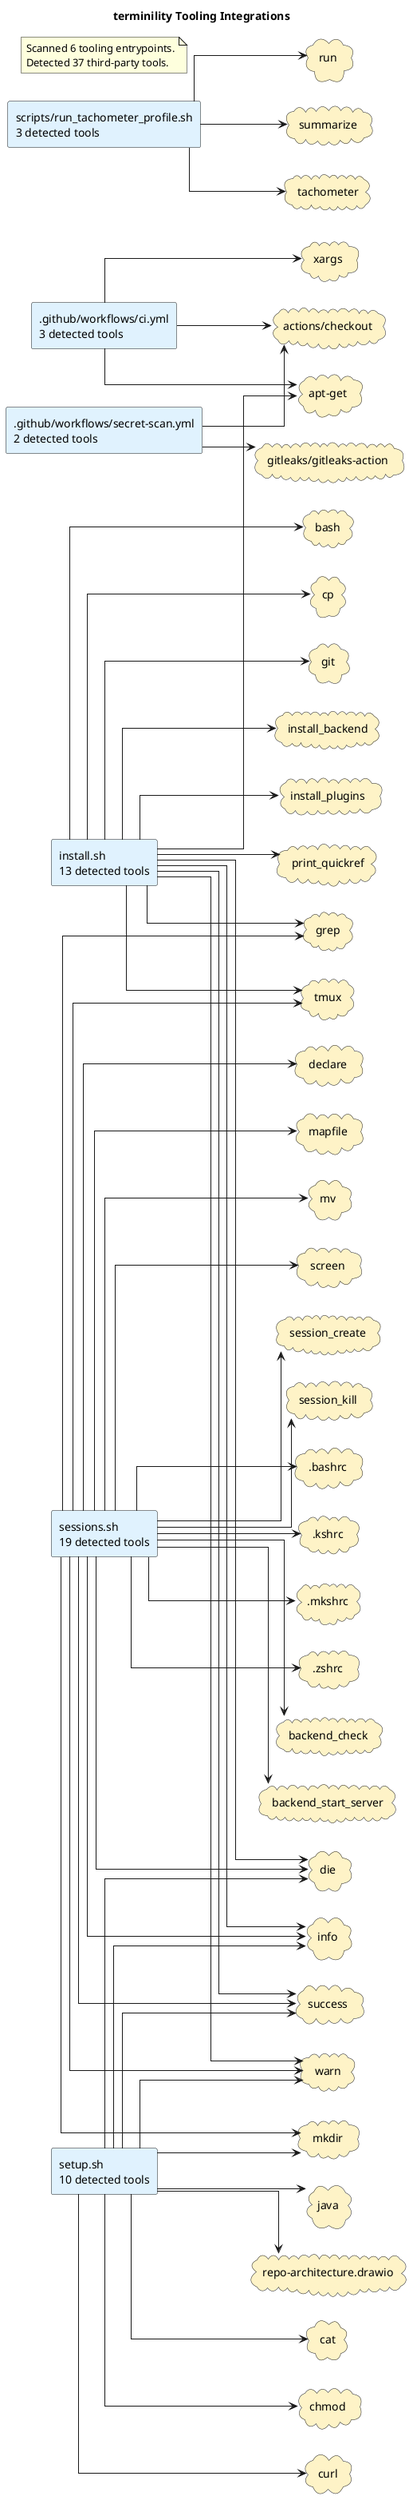
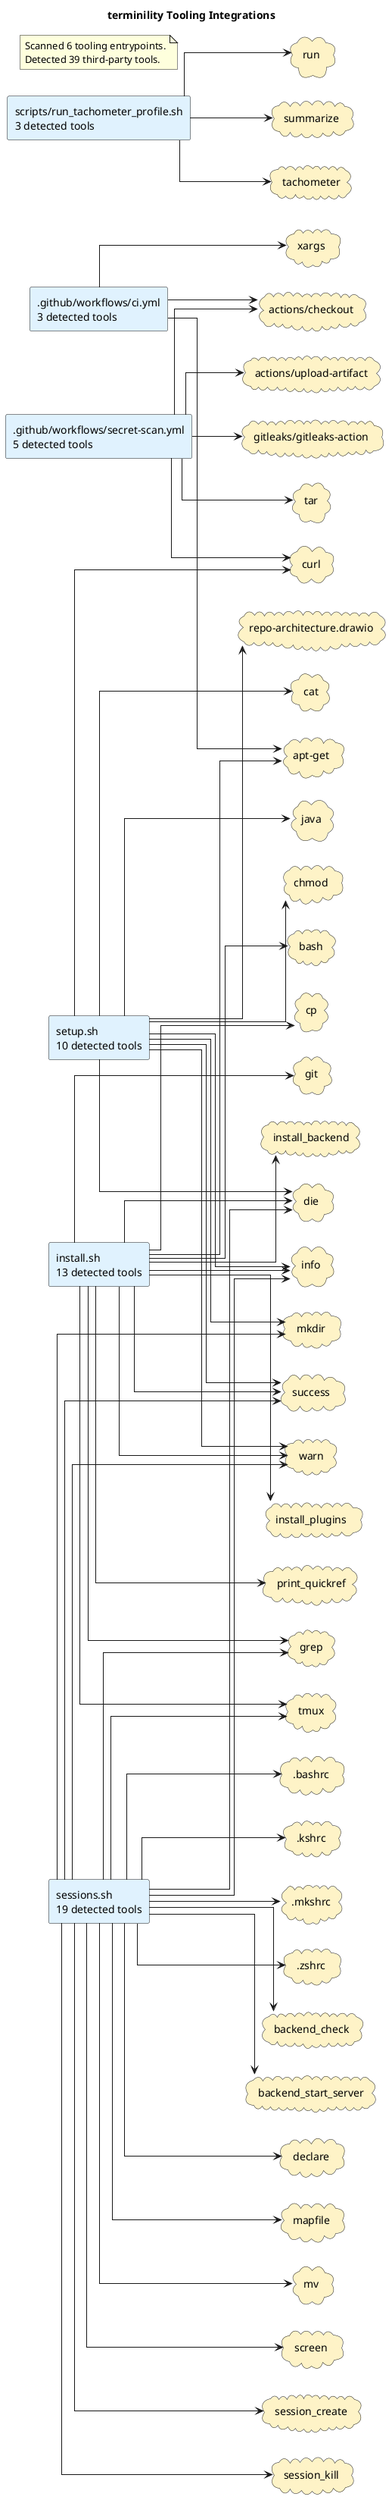
@startuml
title terminility Tooling Integrations
left to right direction
skinparam shadowing false
skinparam defaultFontName Monospace
skinparam componentStyle rectangle
skinparam linetype ortho
rectangle ".github/workflows/ci.yml\n3 detected tools" as source_github_workflows_ci_yml #E0F2FE
- rectangle ".github/workflows/secret-scan.yml\n2 detected tools" as source_github_workflows_secret_scan_yml #E0F2FE
+ rectangle ".github/workflows/secret-scan.yml\n5 detected tools" as source_github_workflows_secret_scan_yml #E0F2FE
rectangle "install.sh\n13 detected tools" as source_install_sh #E0F2FE
rectangle "scripts/run_tachometer_profile.sh\n3 detected tools" as source_scripts_run_tachometer_profile_sh #E0F2FE
rectangle "sessions.sh\n19 detected tools" as source_sessions_sh #E0F2FE
rectangle "setup.sh\n10 detected tools" as source_setup_sh #E0F2FE
cloud ".bashrc" as tool_bashrc #FEF3C7
cloud ".kshrc" as tool_kshrc #FEF3C7
cloud ".mkshrc" as tool_mkshrc #FEF3C7
cloud ".zshrc" as tool_zshrc #FEF3C7
cloud "actions/checkout" as tool_actions_checkout #FEF3C7
+ cloud "actions/upload-artifact" as tool_actions_upload_artifact #FEF3C7
cloud "apt-get" as tool_apt_get #FEF3C7
cloud "backend_check" as tool_backend_check #FEF3C7
cloud "backend_start_server" as tool_backend_start_server #FEF3C7
cloud "bash" as tool_bash #FEF3C7
cloud "cat" as tool_cat #FEF3C7
cloud "chmod" as tool_chmod #FEF3C7
cloud "cp" as tool_cp #FEF3C7
cloud "curl" as tool_curl #FEF3C7
cloud "declare" as tool_declare #FEF3C7
cloud "die" as tool_die #FEF3C7
cloud "git" as tool_git #FEF3C7
cloud "gitleaks/gitleaks-action" as tool_gitleaks_gitleaks_action #FEF3C7
cloud "grep" as tool_grep #FEF3C7
cloud "info" as tool_info #FEF3C7
cloud "install_backend" as tool_install_backend #FEF3C7
cloud "install_plugins" as tool_install_plugins #FEF3C7
cloud "java" as tool_java #FEF3C7
cloud "mapfile" as tool_mapfile #FEF3C7
cloud "mkdir" as tool_mkdir #FEF3C7
cloud "mv" as tool_mv #FEF3C7
cloud "print_quickref" as tool_print_quickref #FEF3C7
cloud "repo-architecture.drawio" as tool_repo_architecture_drawio #FEF3C7
cloud "run" as tool_run #FEF3C7
cloud "screen" as tool_screen #FEF3C7
cloud "session_create" as tool_session_create #FEF3C7
cloud "session_kill" as tool_session_kill #FEF3C7
cloud "success" as tool_success #FEF3C7
cloud "summarize" as tool_summarize #FEF3C7
cloud "tachometer" as tool_tachometer #FEF3C7
+ cloud "tar" as tool_tar #FEF3C7
cloud "tmux" as tool_tmux #FEF3C7
cloud "warn" as tool_warn #FEF3C7
cloud "xargs" as tool_xargs #FEF3C7
source_github_workflows_ci_yml --> tool_actions_checkout
source_github_workflows_ci_yml --> tool_apt_get
source_github_workflows_ci_yml --> tool_xargs
source_github_workflows_secret_scan_yml --> tool_actions_checkout
+ source_github_workflows_secret_scan_yml --> tool_actions_upload_artifact
+ source_github_workflows_secret_scan_yml --> tool_curl
source_github_workflows_secret_scan_yml --> tool_gitleaks_gitleaks_action
+ source_github_workflows_secret_scan_yml --> tool_tar
source_install_sh --> tool_apt_get
source_install_sh --> tool_bash
source_install_sh --> tool_cp
source_install_sh --> tool_die
source_install_sh --> tool_git
source_install_sh --> tool_grep
source_install_sh --> tool_info
source_install_sh --> tool_install_backend
source_install_sh --> tool_install_plugins
source_install_sh --> tool_print_quickref
source_install_sh --> tool_success
source_install_sh --> tool_tmux
source_install_sh --> tool_warn
source_scripts_run_tachometer_profile_sh --> tool_run
source_scripts_run_tachometer_profile_sh --> tool_summarize
source_scripts_run_tachometer_profile_sh --> tool_tachometer
source_sessions_sh --> tool_bashrc
source_sessions_sh --> tool_kshrc
source_sessions_sh --> tool_mkshrc
source_sessions_sh --> tool_zshrc
source_sessions_sh --> tool_backend_check
source_sessions_sh --> tool_backend_start_server
source_sessions_sh --> tool_declare
source_sessions_sh --> tool_die
source_sessions_sh --> tool_grep
source_sessions_sh --> tool_info
source_sessions_sh --> tool_mapfile
source_sessions_sh --> tool_mkdir
source_sessions_sh --> tool_mv
source_sessions_sh --> tool_screen
source_sessions_sh --> tool_session_create
source_sessions_sh --> tool_session_kill
source_sessions_sh --> tool_success
source_sessions_sh --> tool_tmux
source_sessions_sh --> tool_warn
source_setup_sh --> tool_cat
source_setup_sh --> tool_chmod
source_setup_sh --> tool_curl
source_setup_sh --> tool_die
source_setup_sh --> tool_info
source_setup_sh --> tool_java
source_setup_sh --> tool_mkdir
source_setup_sh --> tool_repo_architecture_drawio
source_setup_sh --> tool_success
source_setup_sh --> tool_warn
note as toolingGraphSummary
Scanned 6 tooling entrypoints.
- Detected 37 third-party tools.
+ Detected 39 third-party tools.
end note
@enduml
